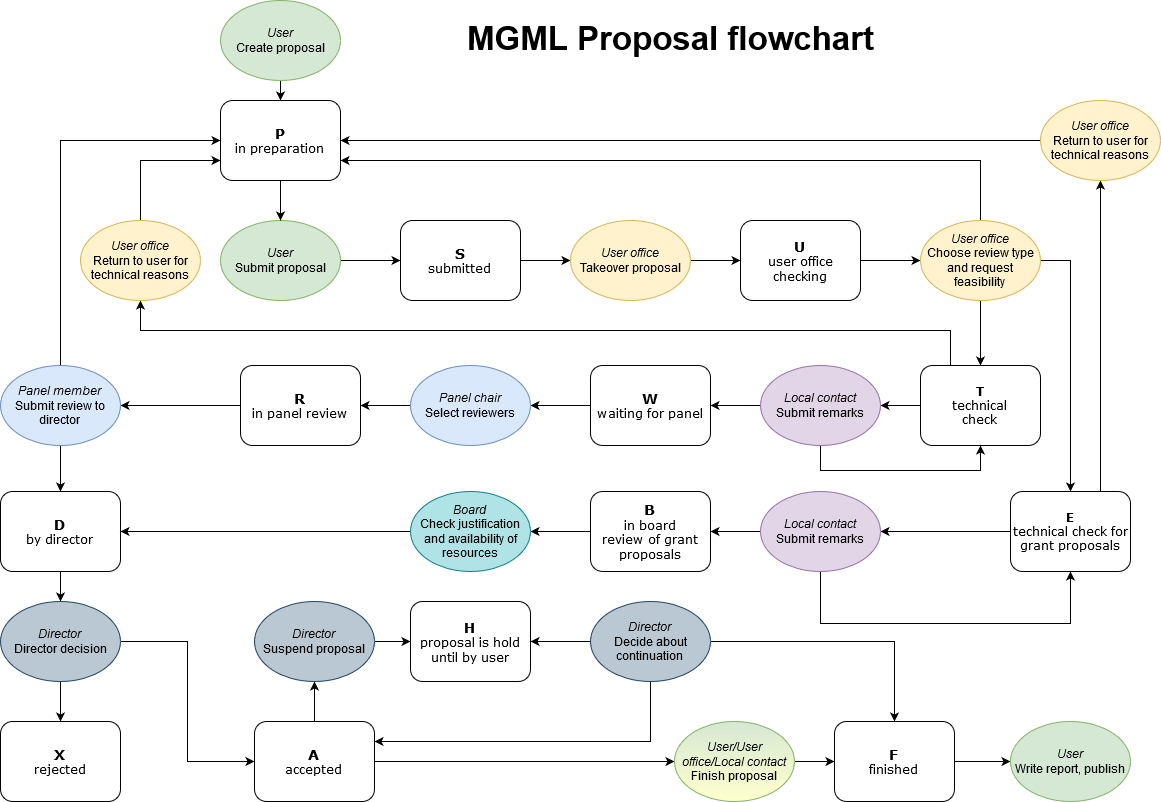
The draw.io diagram mgml-proposal-flowchart.png in me2d09/prius, before a commit. Source tidied: cells renumbered, new cells last; positions are measured from the earlier drawing's top-left corner, leaving out a move shared by most shapes.
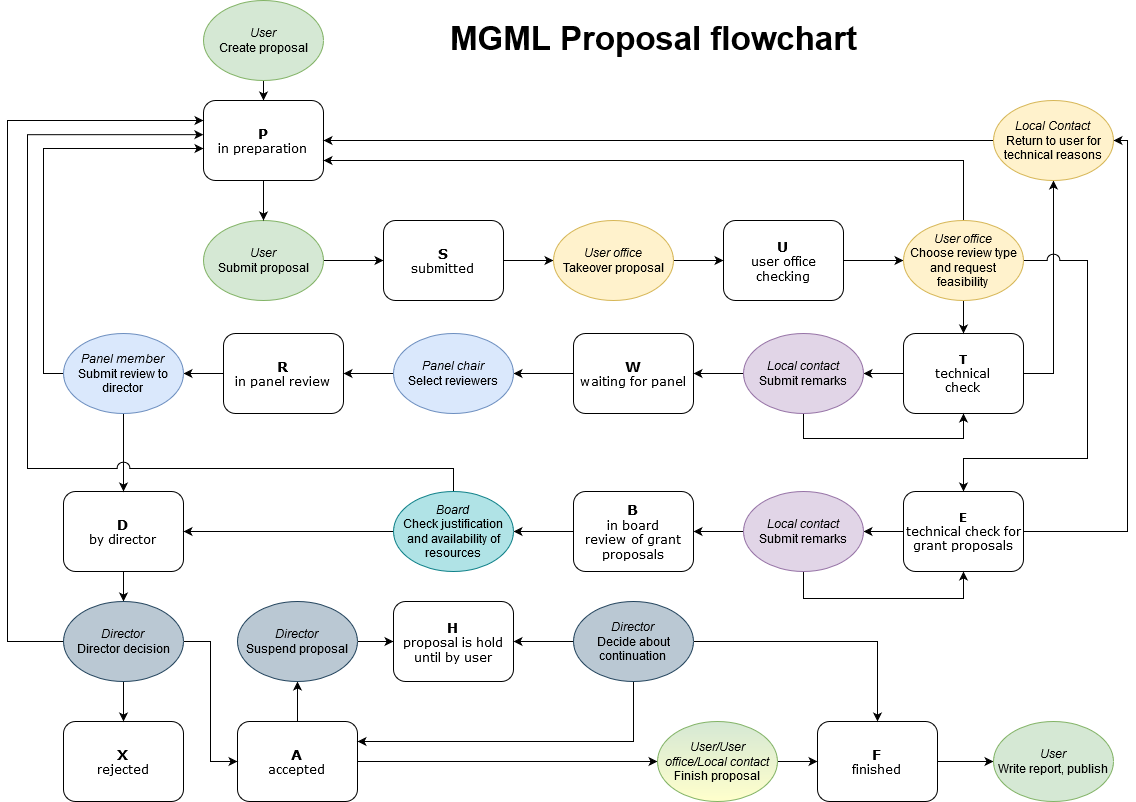
After the change.

Change to the diagram source:
```diff
@@ -21,39 +21,38 @@
       <mxGeometry x="220" y="100" width="120" height="80" as="geometry" />
     </mxCell>
     <mxCell id="8" value="&lt;b&gt;&lt;font style=&quot;font-size: 14px&quot;&gt;X&lt;/font&gt;&lt;/b&gt;&lt;br&gt;rejected&lt;br&gt;" style="rounded=1;whiteSpace=wrap;html=1;shadow=0;labelBackgroundColor=none;strokeColor=#000000;strokeWidth=1;fillColor=#ffffff;fontFamily=Verdana;fontSize=12;fontColor=#000000;align=center;" parent="1" vertex="1">
-      <mxGeometry y="721" width="120" height="80" as="geometry" />
+      <mxGeometry x="80" y="721" width="120" height="80" as="geometry" />
     </mxCell>
     <mxCell id="9" style="edgeStyle=orthogonalEdgeStyle;rounded=0;html=1;jettySize=auto;" parent="1" edge="1" source="10" target="45">
       <mxGeometry relative="1" as="geometry" />
     </mxCell>
     <mxCell id="10" value="&lt;b&gt;&lt;font style=&quot;font-size: 14px&quot;&gt;D&lt;/font&gt;&lt;/b&gt;&lt;br&gt;by director&lt;br&gt;" style="rounded=1;whiteSpace=wrap;html=1;shadow=0;labelBackgroundColor=none;strokeColor=#000000;strokeWidth=1;fillColor=#ffffff;fontFamily=Verdana;fontSize=12;fontColor=#000000;align=center;" parent="1" vertex="1">
-      <mxGeometry y="491" width="120" height="80" as="geometry" />
+      <mxGeometry x="80" y="491" width="120" height="80" as="geometry" />
     </mxCell>
     <mxCell id="11" style="edgeStyle=orthogonalEdgeStyle;rounded=0;html=1;jettySize=auto;" parent="1" edge="1" source="12" target="42">
       <mxGeometry relative="1" as="geometry" />
     </mxCell>
     <mxCell id="12" value="&lt;b&gt;&lt;font style=&quot;font-size: 14px&quot;&gt;R&lt;/font&gt;&lt;/b&gt;&lt;br&gt;in panel review&lt;br&gt;" style="rounded=1;whiteSpace=wrap;html=1;shadow=0;labelBackgroundColor=none;strokeColor=#000000;strokeWidth=1;fillColor=#ffffff;fontFamily=Verdana;fontSize=12;fontColor=#000000;align=center;" parent="1" vertex="1">
-      <mxGeometry x="240" y="365" width="120" height="80" as="geometry" />
+      <mxGeometry x="240" y="333" width="120" height="80" as="geometry" />
     </mxCell>
     <mxCell id="13" style="edgeStyle=orthogonalEdgeStyle;rounded=0;html=1;jettySize=auto;" parent="1" edge="1" source="14" target="39">
       <mxGeometry relative="1" as="geometry" />
     </mxCell>
     <mxCell id="14" value="&lt;b&gt;&lt;font style=&quot;font-size: 14px&quot;&gt;W&lt;/font&gt;&lt;/b&gt;&lt;br&gt;waiting for panel&lt;br&gt;" style="rounded=1;whiteSpace=wrap;html=1;shadow=0;labelBackgroundColor=none;strokeColor=#000000;strokeWidth=1;fillColor=#ffffff;fontFamily=Verdana;fontSize=12;fontColor=#000000;align=center;" parent="1" vertex="1">
-      <mxGeometry x="590" y="365" width="120" height="80" as="geometry" />
+      <mxGeometry x="590" y="333" width="120" height="80" as="geometry" />
     </mxCell>
     <mxCell id="15" style="edgeStyle=orthogonalEdgeStyle;rounded=0;html=1;jettySize=auto;" parent="1" edge="1" source="17" target="37">
       <mxGeometry relative="1" as="geometry" />
     </mxCell>
-    <mxCell id="16" style="edgeStyle=orthogonalEdgeStyle;rounded=0;jettySize=auto;html=1;entryX=0.5;entryY=1;entryDx=0;entryDy=0;" parent="1" edge="1" source="17" target="48">
-      <mxGeometry relative="1" as="geometry">
-        <Array as="points">
-          <mxPoint x="950" y="330" />
-          <mxPoint x="140" y="330" />
-        </Array>
-      </mxGeometry>
-    </mxCell>
+    <mxCell id="69" style="edgeStyle=orthogonalEdgeStyle;rounded=0;jumpStyle=arc;jumpSize=14;jettySize=auto;html=1;entryX=0.5;entryY=1;entryDx=0;entryDy=0;" parent="1" edge="1" source="17" target="60">
+      <mxGeometry relative="1" as="geometry">
+        <Array as="points">
+          <mxPoint x="1070" y="373" />
+        </Array>
+      </mxGeometry>
+    </mxCell>
     <mxCell id="17" value="&lt;b&gt;T&lt;/b&gt;&lt;br&gt;technical&lt;br&gt;check" style="rounded=1;whiteSpace=wrap;html=1;shadow=0;labelBackgroundColor=none;strokeColor=#000000;strokeWidth=1;fillColor=#ffffff;fontFamily=Verdana;fontSize=12;fontColor=#000000;align=center;" parent="1" vertex="1">
-      <mxGeometry x="920" y="365" width="120" height="80" as="geometry" />
+      <mxGeometry x="920" y="333" width="120" height="80" as="geometry" />
     </mxCell>
     <mxCell id="18" style="edgeStyle=orthogonalEdgeStyle;rounded=0;html=1;jettySize=auto;" parent="1" edge="1" source="19" target="34">
       <mxGeometry relative="1" as="geometry" />
@@ -106,10 +105,12 @@
         </Array>
       </mxGeometry>
     </mxCell>
-    <mxCell id="33" style="edgeStyle=orthogonalEdgeStyle;rounded=0;jettySize=auto;html=1;" parent="1" edge="1" source="34" target="51">
+    <mxCell id="33" style="edgeStyle=orthogonalEdgeStyle;rounded=0;jettySize=auto;html=1;jumpStyle=arc;jumpSize=13;" parent="1" edge="1" source="34" target="51">
       <mxGeometry relative="1" as="geometry">
         <Array as="points">
-          <mxPoint x="1070" y="260" />
+          <mxPoint x="1104" y="260" />
+          <mxPoint x="1104" y="458" />
+          <mxPoint x="980" y="458" />
         </Array>
       </mxGeometry>
     </mxCell>
@@ -122,28 +123,33 @@
     <mxCell id="36" style="edgeStyle=orthogonalEdgeStyle;rounded=0;jettySize=auto;html=1;entryX=0.5;entryY=1;entryDx=0;entryDy=0;" parent="1" edge="1" source="37" target="17">
       <mxGeometry relative="1" as="geometry">
         <Array as="points">
-          <mxPoint x="820" y="470" />
-          <mxPoint x="980" y="470" />
+          <mxPoint x="820" y="438" />
+          <mxPoint x="980" y="438" />
         </Array>
       </mxGeometry>
     </mxCell>
     <mxCell id="37" value="&lt;i&gt;Local contact&lt;br&gt;&lt;/i&gt;&lt;span&gt;Submit remarks&lt;/span&gt;" style="ellipse;whiteSpace=wrap;html=1;rounded=0;shadow=0;comic=0;fillColor=#e1d5e7;strokeColor=#9673a6;" parent="1" vertex="1">
-      <mxGeometry x="760" y="365" width="120" height="80" as="geometry" />
+      <mxGeometry x="760" y="333" width="120" height="80" as="geometry" />
     </mxCell>
     <mxCell id="38" style="edgeStyle=orthogonalEdgeStyle;rounded=0;html=1;jettySize=auto;" parent="1" edge="1" source="39" target="12">
       <mxGeometry relative="1" as="geometry" />
     </mxCell>
     <mxCell id="39" value="&lt;i&gt;Panel chair&lt;br&gt;&lt;/i&gt;&lt;span&gt;Select reviewers&lt;/span&gt;" style="ellipse;whiteSpace=wrap;html=1;rounded=0;shadow=0;comic=0;fillColor=#dae8fc;strokeColor=#6c8ebf;" parent="1" vertex="1">
-      <mxGeometry x="410" y="365" width="120" height="80" as="geometry" />
+      <mxGeometry x="410" y="333" width="120" height="80" as="geometry" />
     </mxCell>
-    <mxCell id="40" style="edgeStyle=orthogonalEdgeStyle;rounded=0;html=1;exitX=0.5;exitY=0;exitDx=0;exitDy=0;entryX=0;entryY=0.5;entryDx=0;entryDy=0;jettySize=auto;" parent="1" edge="1" source="42" target="7">
-      <mxGeometry relative="1" as="geometry" />
+    <mxCell id="40" style="edgeStyle=orthogonalEdgeStyle;rounded=0;html=1;entryX=0;entryY=0.6;entryDx=0;entryDy=0;jettySize=auto;entryPerimeter=0;exitX=0;exitY=0.5;exitDx=0;exitDy=0;" parent="1" edge="1" source="42" target="7">
+      <mxGeometry relative="1" as="geometry">
+        <Array as="points">
+          <mxPoint x="60" y="373" />
+          <mxPoint x="60" y="148" />
+        </Array>
+      </mxGeometry>
     </mxCell>
     <mxCell id="41" style="edgeStyle=orthogonalEdgeStyle;rounded=0;html=1;exitX=0.5;exitY=1;exitDx=0;exitDy=0;entryX=0.5;entryY=0;entryDx=0;entryDy=0;jettySize=auto;" parent="1" edge="1" source="42" target="10">
       <mxGeometry relative="1" as="geometry" />
     </mxCell>
     <mxCell id="42" value="&lt;i&gt;Panel member&lt;br&gt;&lt;/i&gt;&lt;span&gt;Submit review to director&lt;br&gt;&lt;/span&gt;" style="ellipse;whiteSpace=wrap;html=1;rounded=0;shadow=0;comic=0;fillColor=#dae8fc;strokeColor=#6c8ebf;" parent="1" vertex="1">
-      <mxGeometry y="365" width="120" height="80" as="geometry" />
+      <mxGeometry x="80" y="333" width="120" height="80" as="geometry" />
     </mxCell>
     <mxCell id="43" style="edgeStyle=orthogonalEdgeStyle;rounded=0;html=1;exitX=0.5;exitY=1;exitDx=0;exitDy=0;entryX=0.5;entryY=0;entryDx=0;entryDy=0;jettySize=auto;" parent="1" edge="1" source="45" target="8">
       <mxGeometry relative="1" as="geometry" />
@@ -151,41 +157,39 @@
     <mxCell id="44" style="edgeStyle=orthogonalEdgeStyle;rounded=0;jettySize=auto;html=1;entryX=0;entryY=0.5;entryDx=0;entryDy=0;" parent="1" edge="1" source="45" target="26">
       <mxGeometry relative="1" as="geometry" />
     </mxCell>
+    <mxCell id="70" style="edgeStyle=orthogonalEdgeStyle;rounded=0;jettySize=auto;html=1;entryX=0;entryY=0.25;entryDx=0;entryDy=0;" parent="1" edge="1" source="45" target="7">
+      <mxGeometry relative="1" as="geometry">
+        <Array as="points">
+          <mxPoint x="24" y="641" />
+          <mxPoint x="24" y="120" />
+        </Array>
+      </mxGeometry>
+    </mxCell>
     <mxCell id="45" value="&lt;i&gt;Director&lt;br&gt;&lt;/i&gt;&lt;span&gt;Director decision&lt;/span&gt;" style="ellipse;whiteSpace=wrap;html=1;rounded=0;shadow=0;comic=0;fillColor=#bac8d3;strokeColor=#23445d;" parent="1" vertex="1">
-      <mxGeometry y="601" width="120" height="80" as="geometry" />
+      <mxGeometry x="80" y="601" width="120" height="80" as="geometry" />
     </mxCell>
     <mxCell id="46" value="MGML Proposal flowchart&lt;br style=&quot;font-size: 33px;&quot;&gt;" style="text;html=1;align=center;verticalAlign=middle;spacingTop=-4;fontSize=33;strokeColor=none;flipH=0;flipV=0;fontStyle=1;" parent="1" vertex="1">
       <mxGeometry x="420" y="10" width="500" height="60" as="geometry" />
     </mxCell>
-    <mxCell id="47" style="edgeStyle=orthogonalEdgeStyle;rounded=0;jettySize=auto;html=1;entryX=0;entryY=0.75;entryDx=0;entryDy=0;" parent="1" edge="1" source="48" target="7">
-      <mxGeometry relative="1" as="geometry">
-        <Array as="points">
-          <mxPoint x="140" y="160" />
-        </Array>
-      </mxGeometry>
-    </mxCell>
-    <mxCell id="48" value="&lt;i&gt;User office&lt;br&gt;&lt;/i&gt;&lt;span&gt;Return to user for technical reasons&lt;br&gt;&lt;/span&gt;" style="ellipse;whiteSpace=wrap;html=1;rounded=0;shadow=0;comic=0;fillColor=#fff2cc;strokeColor=#d6b656;" parent="1" vertex="1">
-      <mxGeometry x="80" y="220" width="120" height="80" as="geometry" />
-    </mxCell>
     <mxCell id="49" style="edgeStyle=orthogonalEdgeStyle;rounded=0;jettySize=auto;html=1;" parent="1" edge="1" source="51" target="54">
       <mxGeometry relative="1" as="geometry" />
     </mxCell>
-    <mxCell id="50" style="edgeStyle=orthogonalEdgeStyle;rounded=0;jettySize=auto;html=1;entryX=0.5;entryY=1;entryDx=0;entryDy=0;" parent="1" edge="1" source="51" target="60">
+    <mxCell id="50" style="edgeStyle=orthogonalEdgeStyle;rounded=0;jettySize=auto;html=1;entryX=1;entryY=0.5;entryDx=0;entryDy=0;" parent="1" edge="1" source="51" target="60">
       <mxGeometry relative="1" as="geometry">
         <Array as="points">
-          <mxPoint x="1100" y="410" />
-          <mxPoint x="1100" y="410" />
+          <mxPoint x="1144" y="531" />
+          <mxPoint x="1144" y="140" />
         </Array>
       </mxGeometry>
     </mxCell>
     <mxCell id="51" value="&lt;b&gt;E&lt;/b&gt;&lt;br&gt;technical check for grant proposals" style="rounded=1;whiteSpace=wrap;html=1;shadow=0;labelBackgroundColor=none;strokeColor=#000000;strokeWidth=1;fillColor=#ffffff;fontFamily=Verdana;fontSize=12;fontColor=#000000;align=center;" parent="1" vertex="1">
-      <mxGeometry x="1010" y="491" width="120" height="80" as="geometry" />
+      <mxGeometry x="920" y="491" width="120" height="80" as="geometry" />
     </mxCell>
     <mxCell id="52" style="edgeStyle=orthogonalEdgeStyle;rounded=0;jettySize=auto;html=1;entryX=0.5;entryY=1;entryDx=0;entryDy=0;" parent="1" edge="1" source="54" target="51">
       <mxGeometry relative="1" as="geometry">
         <Array as="points">
-          <mxPoint x="820" y="623" />
-          <mxPoint x="1070" y="623" />
+          <mxPoint x="820" y="598" />
+          <mxPoint x="980" y="598" />
         </Array>
       </mxGeometry>
     </mxCell>
@@ -206,14 +210,23 @@
     <mxCell id="57" style="edgeStyle=orthogonalEdgeStyle;rounded=0;jettySize=auto;html=1;entryX=1;entryY=0.5;entryDx=0;entryDy=0;" parent="1" edge="1" source="58" target="10">
       <mxGeometry relative="1" as="geometry" />
     </mxCell>
+    <mxCell id="71" style="edgeStyle=orthogonalEdgeStyle;rounded=0;jettySize=auto;html=1;entryX=-0.001;entryY=0.427;entryDx=0;entryDy=0;entryPerimeter=0;jumpStyle=arc;jumpSize=13;" parent="1" edge="1" source="58" target="7">
+      <mxGeometry relative="1" as="geometry">
+        <Array as="points">
+          <mxPoint x="470" y="468" />
+          <mxPoint x="44" y="468" />
+          <mxPoint x="44" y="134" />
+        </Array>
+      </mxGeometry>
+    </mxCell>
     <mxCell id="58" value="&lt;i&gt;Board&lt;br&gt;&lt;/i&gt;Check justification and availability of resources&lt;i&gt;&lt;br&gt;&lt;/i&gt;" style="ellipse;whiteSpace=wrap;html=1;rounded=0;shadow=0;comic=0;fillColor=#b0e3e6;strokeColor=#0e8088;" parent="1" vertex="1">
       <mxGeometry x="410" y="491" width="120" height="80" as="geometry" />
     </mxCell>
     <mxCell id="59" style="edgeStyle=orthogonalEdgeStyle;rounded=0;jettySize=auto;html=1;entryX=1;entryY=0.5;entryDx=0;entryDy=0;" parent="1" edge="1" source="60" target="7">
       <mxGeometry relative="1" as="geometry" />
     </mxCell>
-    <mxCell id="60" value="&lt;i&gt;User office&lt;br&gt;&lt;/i&gt;&lt;span&gt;Return to user for technical reasons&lt;br&gt;&lt;/span&gt;" style="ellipse;whiteSpace=wrap;html=1;rounded=0;shadow=0;comic=0;fillColor=#fff2cc;strokeColor=#d6b656;" parent="1" vertex="1">
-      <mxGeometry x="1040" y="100" width="120" height="80" as="geometry" />
+    <mxCell id="60" value="&lt;i&gt;Local Contact&lt;br&gt;&lt;/i&gt;&lt;span&gt;Return to user for technical reasons&lt;br&gt;&lt;/span&gt;" style="ellipse;whiteSpace=wrap;html=1;rounded=0;shadow=0;comic=0;fillColor=#fff2cc;strokeColor=#d6b656;" parent="1" vertex="1">
+      <mxGeometry x="1010" y="100" width="120" height="80" as="geometry" />
     </mxCell>
     <mxCell id="61" style="edgeStyle=orthogonalEdgeStyle;rounded=0;jettySize=auto;html=1;" parent="1" edge="1" source="62" target="63">
       <mxGeometry relative="1" as="geometry" />
```
